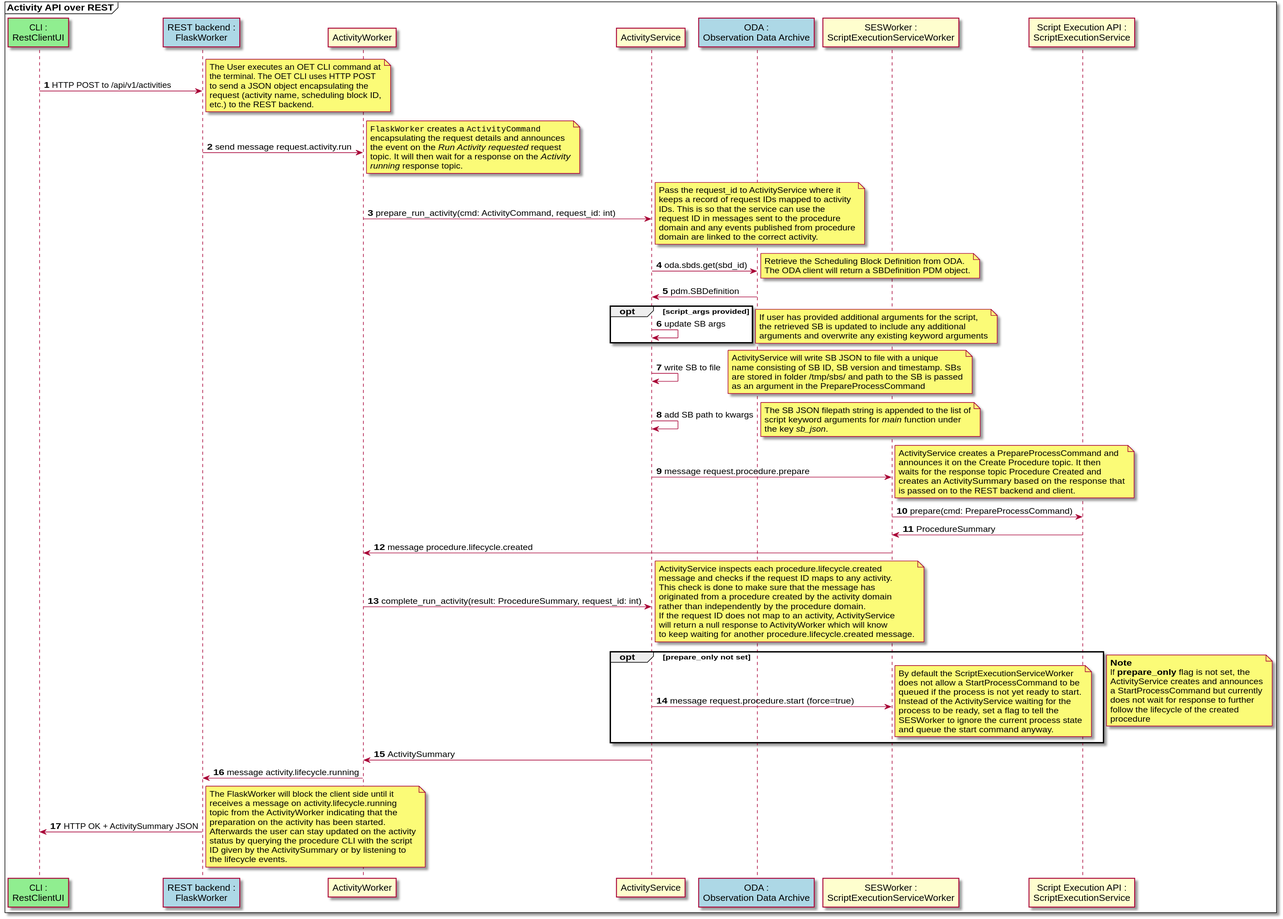
The PlantUML diagram docs/src/diagrams/export/backend_module_ui_sequence_activity_api_over_rest.svg in ska-telescope/observation-execution-tool, before a commit.
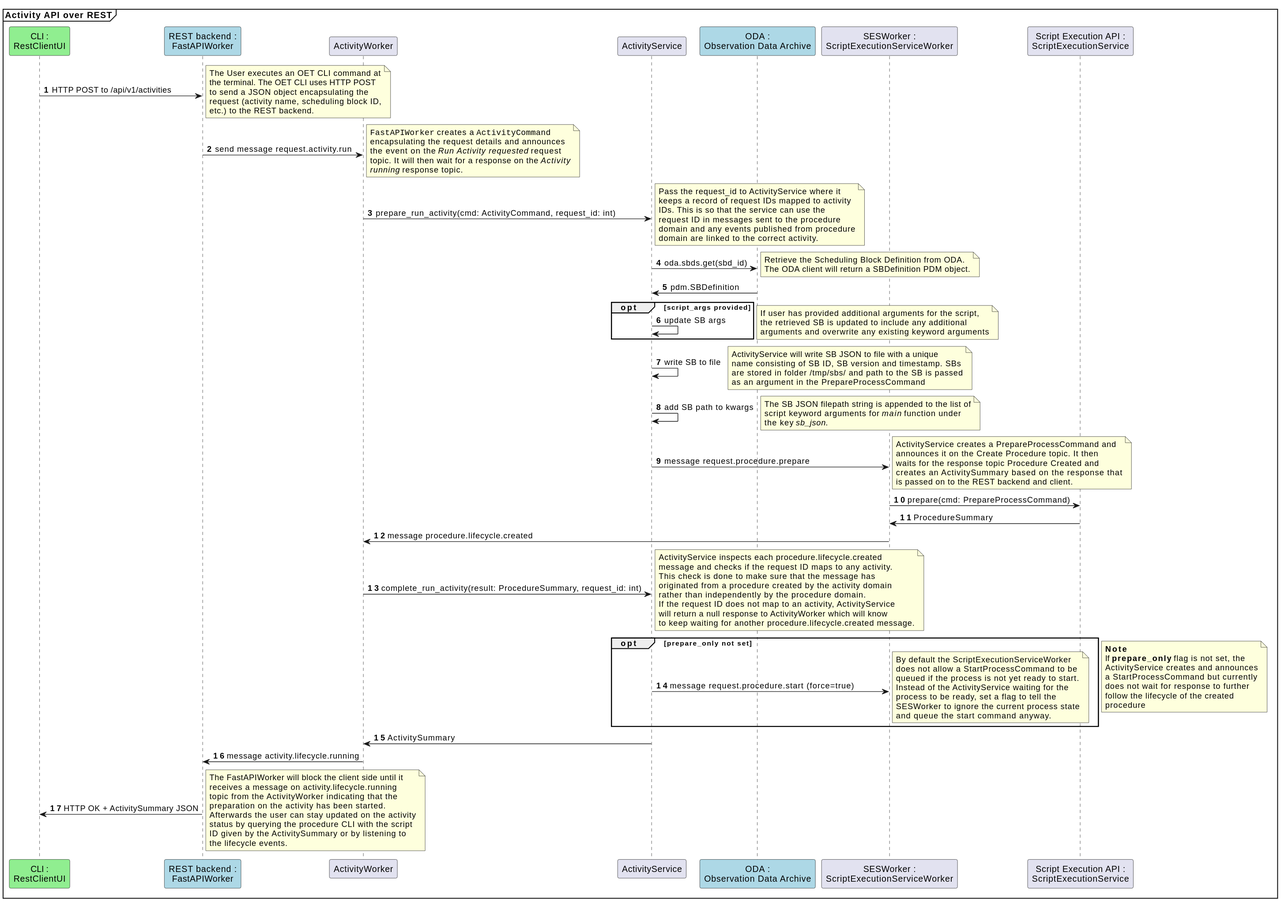
After the change.

What changed in the source:
```diff
@@ -6,14 +6,14 @@
 autonumber
 
 participant cli as "CLI :\nRestClientUI" #lightgreen
-participant FlaskWorker as "REST backend :\nFlaskWorker" #lightblue
+participant FastAPIWorker as "REST backend :\nFastAPIWorker" #lightblue
 participant ActivityWorker
 participant ActivityService
 participant ODA as "ODA :\nObservation Data Archive" #lightblue
 participant ScriptExecutionServiceWorker as "SESWorker :\nScriptExecutionServiceWorker"
 participant ScriptExecutionService as "Script Execution API :\nScriptExecutionService"
 
-cli -> FlaskWorker: HTTP POST to /api/v1/activities
+cli -> FastAPIWorker: HTTP POST to /api/v1/activities
 note right
 The User executes an OET CLI command at
 the terminal. The OET CLI uses HTTP POST
@@ -22,9 +22,9 @@
 etc.) to the REST backend.
 end note
 
-FlaskWorker -> ActivityWorker: send message request.activity.run
+FastAPIWorker -> ActivityWorker: send message request.activity.run
 note right
-""FlaskWorker"" creates a ""ActivityCommand""
+""FastAPIWorker"" creates a ""ActivityCommand""
 encapsulating the request details and announces
 the event on the //Run Activity requested// request
 topic. It will then wait for a response on the //Activity//
@@ -128,11 +128,11 @@
 
 ActivityService -> ActivityWorker: ActivitySummary
 
-ActivityWorker -> FlaskWorker: message activity.lifecycle.running
+ActivityWorker -> FastAPIWorker: message activity.lifecycle.running
 
-cli <- FlaskWorker: HTTP OK + ActivitySummary JSON
+cli <- FastAPIWorker: HTTP OK + ActivitySummary JSON
 note right
-The FlaskWorker will block the client side until it
+The FastAPIWorker will block the client side until it
 receives a message on activity.lifecycle.running
 topic from the ActivityWorker indicating that the
 preparation on the activity has been started.
@@ -141,5 +141,4 @@
 ID given by the ActivitySummary or by listening to
 the lifecycle events.
 end note
-
 @enduml
```
